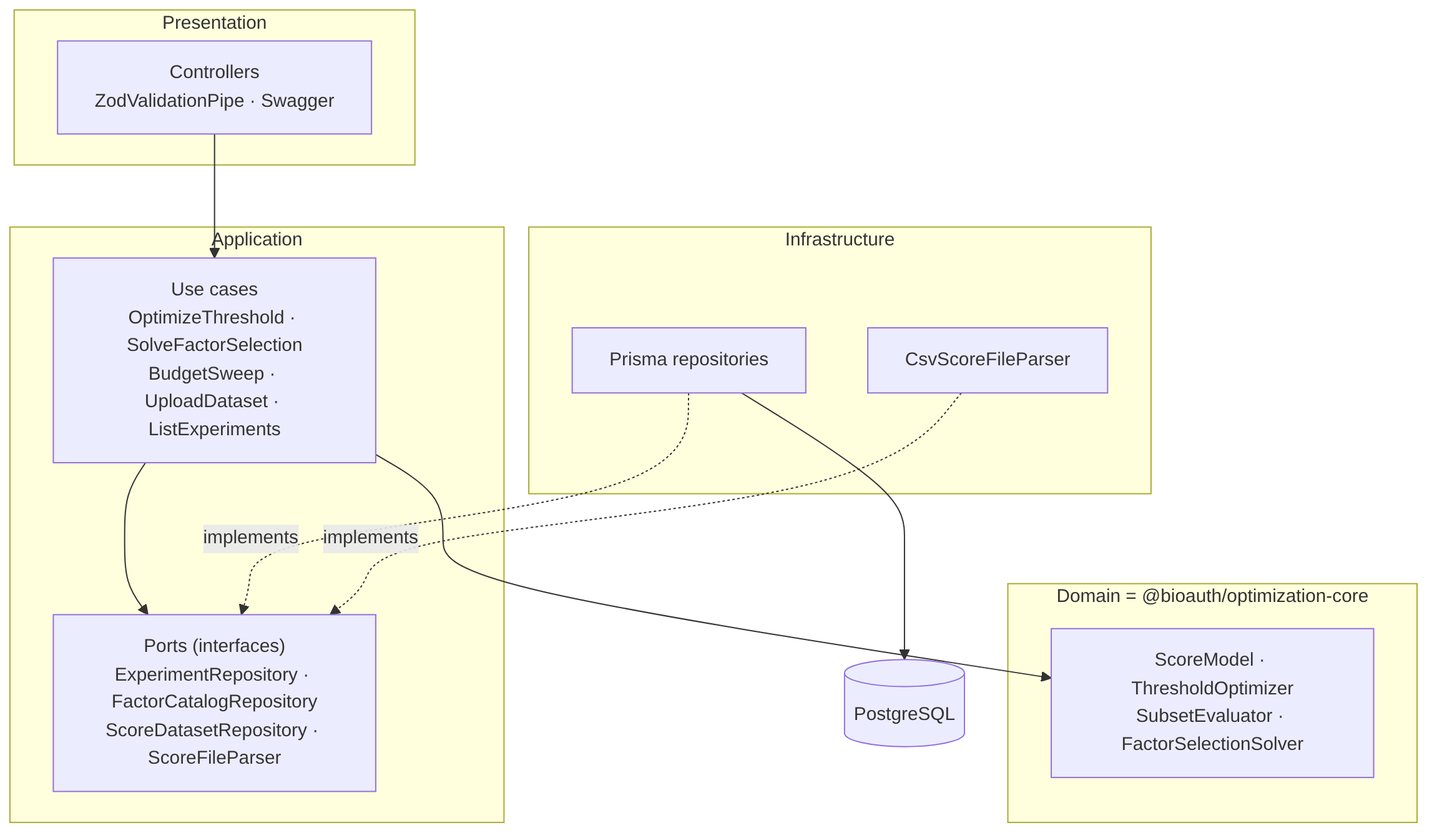
The Mermaid diagram docs/diagrams/06-backend-layers.png in DcNi3L/bioauth-optimizer, before a commit. Its source is kept beside it as docs/diagrams/06-backend-layers.mmd. Source of this version:
```mermaid
flowchart TB
  subgraph P["Presentation"]
    C["Controllers<br/>ZodValidationPipe · Swagger"]
  end
  subgraph A["Application"]
    UC["Use cases<br/>OptimizeThreshold · SolveFactorSelection<br/>BudgetSweep · UploadDataset · ListExperiments"]
    PORTS["Ports (interfaces)<br/>ExperimentRepository · FactorCatalogRepository<br/>ScoreDatasetRepository · ScoreFileParser"]
  end
  subgraph D["Domain = @bioauth/optimization-core"]
    CORE["ScoreModel · ThresholdOptimizer<br/>SubsetEvaluator · FactorSelectionSolver"]
  end
  subgraph I["Infrastructure"]
    REPO["Prisma repositories"]
    CSV["CsvScoreFileParser"]
  end
  C --> UC
  UC --> CORE
  UC --> PORTS
  REPO -.implements.-> PORTS
  CSV -.implements.-> PORTS
  REPO --> DB[(PostgreSQL)]
```
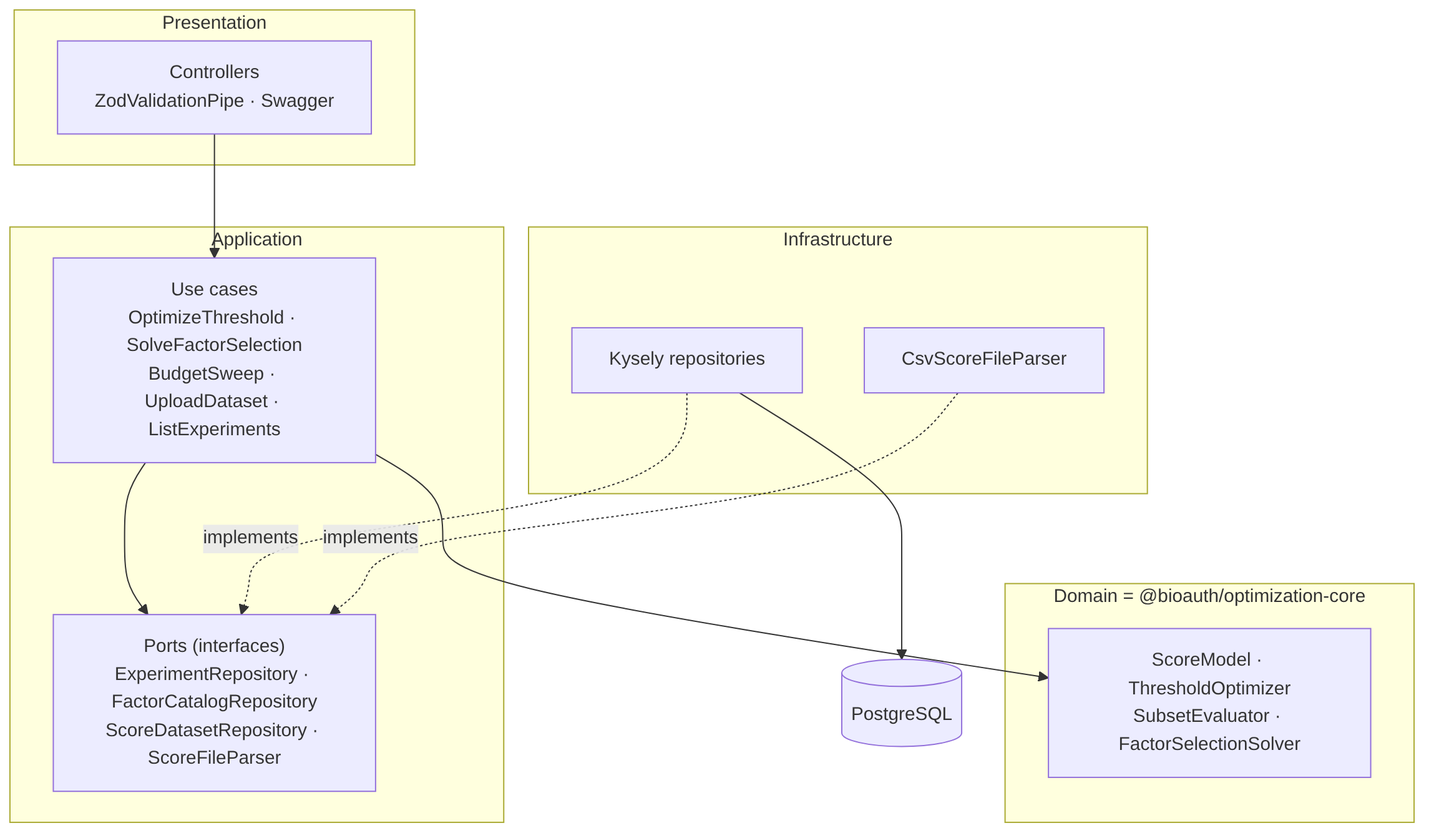
After the commit.

Diff of the diagram source:
```diff
@@ -10,7 +10,7 @@
     CORE["ScoreModel · ThresholdOptimizer<br/>SubsetEvaluator · FactorSelectionSolver"]
   end
   subgraph I["Infrastructure"]
-    REPO["Prisma repositories"]
+    REPO["Kysely repositories"]
     CSV["CsvScoreFileParser"]
   end
   C --> UC
```
